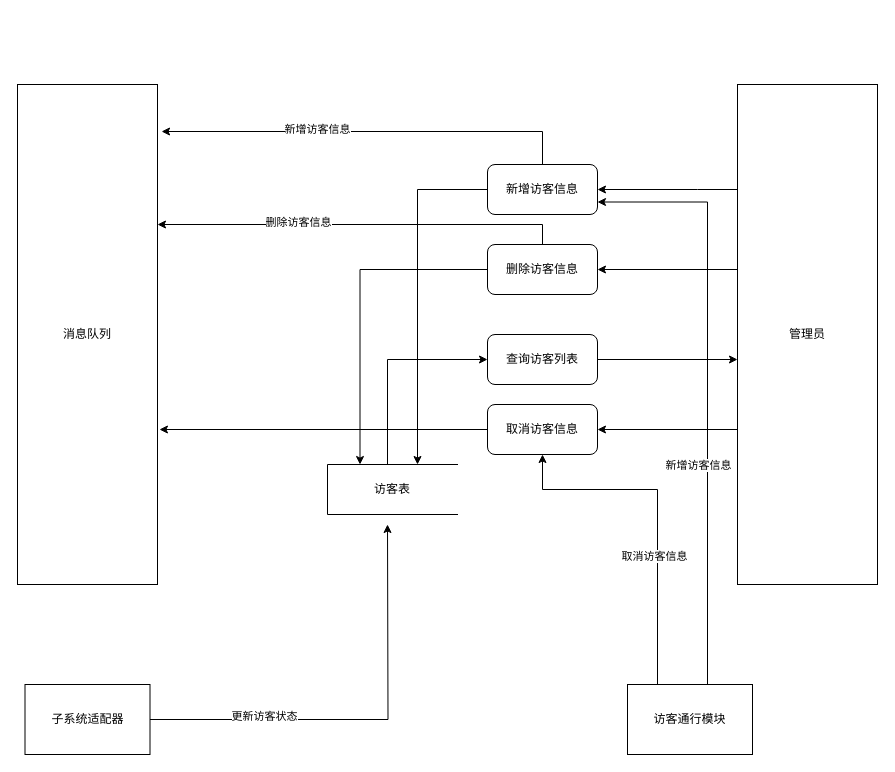
Alger-g/diagrams keeps this draw.io diagram as 访客管理.drawio. Above is the earlier version. Source tidied: cells renumbered, new cells numbered last; positions are measured from the earlier drawing's top-left corner, leaving out a move shared by most shapes. Both pictures are drawn from the tidied source at 100%, with x=0, y=0 at pixel (17, 84).
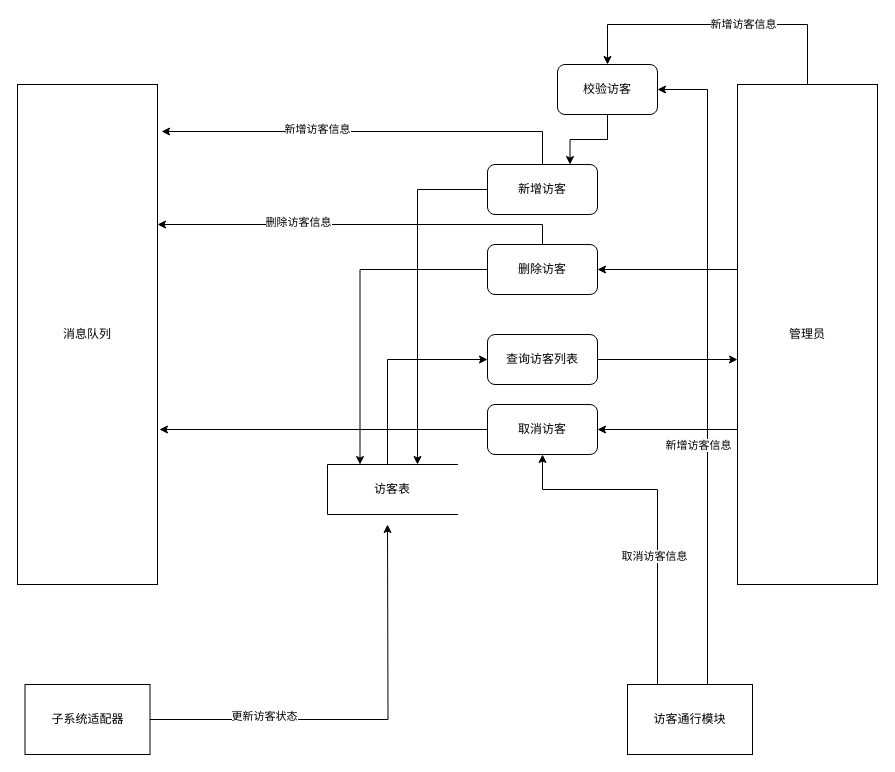
After the change.

Commit message:
更新访客管理.drawio

The change refers to these unchanged cells:
```xml
<mxCell id="8" value="管理员" style="rounded=0;whiteSpace=wrap;html=1;" parent="1" vertex="1">
  <mxGeometry x="720" width="140" height="500" as="geometry" />
</mxCell>
<mxCell id="28" value="访客通行模块" style="rounded=0;whiteSpace=wrap;html=1;" parent="1" vertex="1">
  <mxGeometry x="610" y="600" width="125" height="70" as="geometry" />
</mxCell>
```

What changed in the source:
```diff
@@
-    <mxCell id="6" style="edgeStyle=orthogonalEdgeStyle;rounded=0;jettySize=auto;html=1;entryX=1;entryY=0.5;entryDx=0;entryDy=0;" parent="1" edge="1" source="8" target="12">
+    <mxCell id="6" style="edgeStyle=orthogonalEdgeStyle;rounded=0;jettySize=auto;html=1;entryX=0.5;entryY=0;entryDx=0;entryDy=0;" parent="1" edge="1" source="8" target="31">
       <mxGeometry relative="1" as="geometry">
         <Array as="points">
-          <mxPoint x="680" y="105" />
-          <mxPoint x="680" y="105" />
+          <mxPoint x="790" y="-60" />
+          <mxPoint x="590" y="-60" />
         </Array>
       </mxGeometry>
     </mxCell>
+    <mxCell id="29" value="新增访客信息" style="edgeLabel;html=1;align=center;verticalAlign=middle;" parent="6" vertex="1">
+      <mxGeometry x="-0.17" y="-1" relative="1" as="geometry" />
+    </mxCell>
@@
-    <mxCell id="10" value="删除访客信息" style="rounded=1;whiteSpace=wrap;html=1;" parent="1" vertex="1">
+    <mxCell id="10" value="删除访客" style="rounded=1;whiteSpace=wrap;html=1;" parent="1" vertex="1">
       <mxGeometry x="470" y="160" width="110" height="50" as="geometry" />
     </mxCell>
@@
-    <mxCell id="12" value="新增访客信息" style="rounded=1;whiteSpace=wrap;html=1;" parent="1" vertex="1">
+    <mxCell id="12" value="新增访客" style="rounded=1;whiteSpace=wrap;html=1;" parent="1" vertex="1">
       <mxGeometry x="470" y="80" width="110" height="50" as="geometry" />
     </mxCell>
@@
-    <mxCell id="19" value="取消访客信息" style="rounded=1;whiteSpace=wrap;html=1;" parent="1" vertex="1">
+    <mxCell id="19" value="取消访客" style="rounded=1;whiteSpace=wrap;html=1;" parent="1" vertex="1">
       <mxGeometry x="470" y="320" width="110" height="50" as="geometry" />
     </mxCell>
@@
-    <mxCell id="24" style="edgeStyle=orthogonalEdgeStyle;rounded=0;jettySize=auto;html=1;entryX=1;entryY=0.75;entryDx=0;entryDy=0;" parent="1" edge="1" source="28" target="12">
+    <mxCell id="24" style="edgeStyle=orthogonalEdgeStyle;rounded=0;jettySize=auto;html=1;entryX=1;entryY=0.5;entryDx=0;entryDy=0;" parent="1" edge="1" source="28" target="31">
       <mxGeometry relative="1" as="geometry">
         <Array as="points">
-          <mxPoint x="690" y="118" />
+          <mxPoint x="690" y="5" />
         </Array>
       </mxGeometry>
     </mxCell>
@@
+    <mxCell id="30" style="edgeStyle=orthogonalEdgeStyle;rounded=0;jettySize=auto;html=1;entryX=0.75;entryY=0;entryDx=0;entryDy=0;" parent="1" edge="1" source="31" target="12">
+      <mxGeometry relative="1" as="geometry" />
+    </mxCell>
+    <mxCell id="31" value="校验访客" style="rounded=1;whiteSpace=wrap;html=1;" parent="1" vertex="1">
+      <mxGeometry x="540" y="-20" width="100" height="50" as="geometry" />
+    </mxCell>
```
